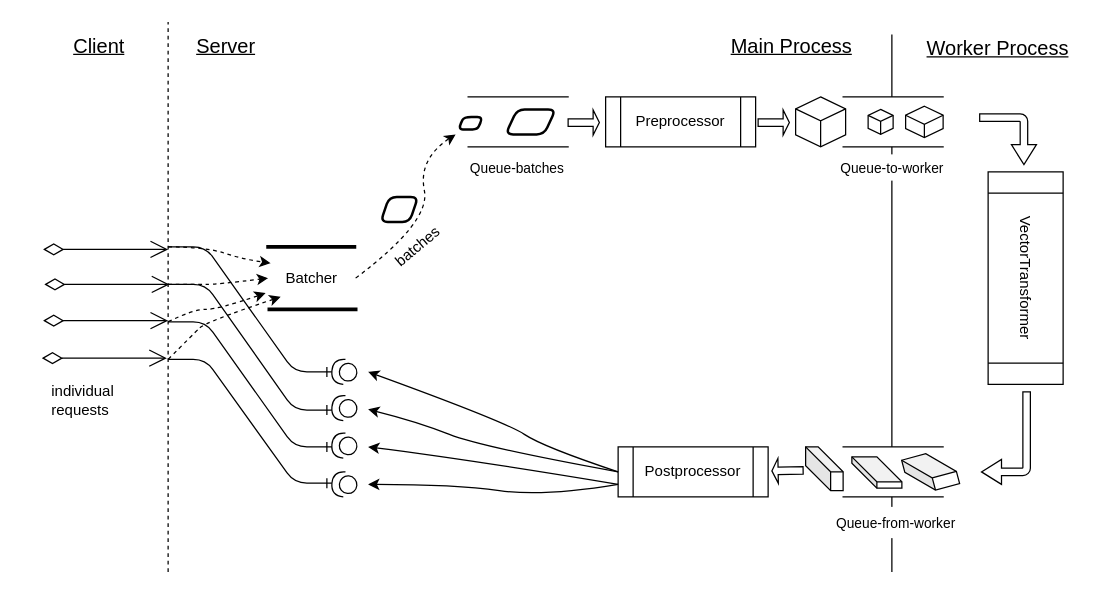
This is images/batched-service-1.drawio from zpz/zpz.github.io, a draw.io file, before an edit. Source tidied: cells renumbered, new cells numbered last; positions are measured from the earlier drawing's top-left corner, leaving out a move shared by most shapes. Both pictures are drawn from the tidied source at 125%, with x=0, y=0 at pixel (41, 21).
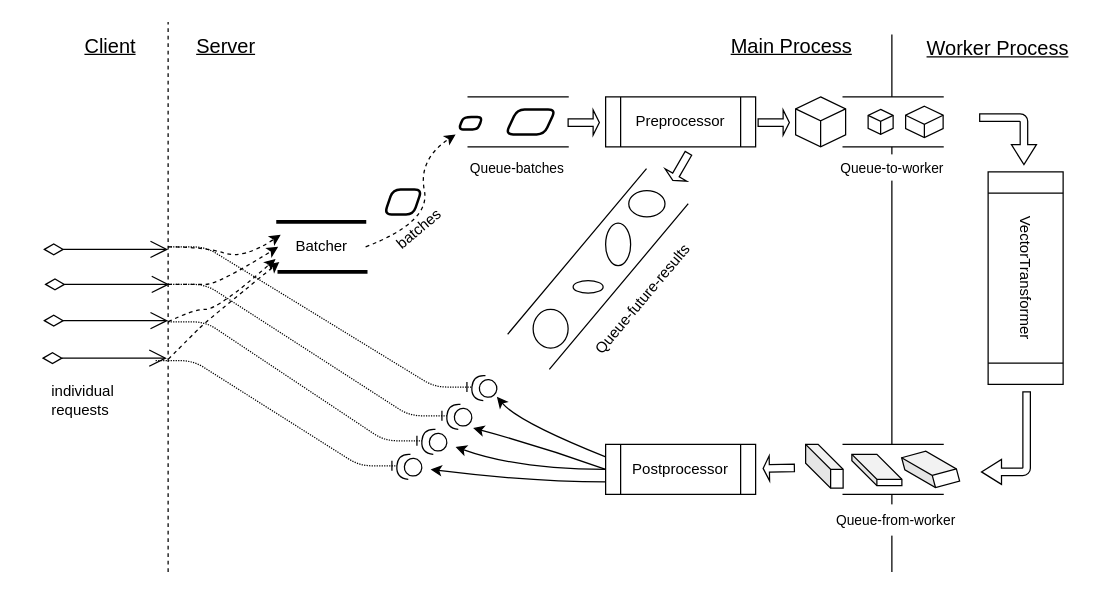
The same diagram, later.

Commit message (it also covers changes not shown here):
post batched-service

Change to the diagram source:
```diff
@@
     <mxCell id="4" value="Batcher" style="shape=partialRectangle;whiteSpace=wrap;html=1;left=0;right=0;fillColor=none;dashed=1;strokeWidth=3;dashPattern=1 1;" parent="1" vertex="1">
-      <mxGeometry x="181" y="180" width="70" height="50" as="geometry" />
+      <mxGeometry x="189" y="160" width="70" height="40" as="geometry" />
     </mxCell>
@@
     <mxCell id="6" style="shape=partialRectangle;whiteSpace=wrap;html=1;left=0;right=0;" parent="1" vertex="1">
-      <mxGeometry x="641" y="340" width="80" height="40" as="geometry" />
+      <mxGeometry x="641" y="338" width="80" height="40" as="geometry" />
     </mxCell>
@@
     <mxCell id="9" style="shape=parallelogram;html=1;strokeWidth=2;perimeter=parallelogramPerimeter;whiteSpace=wrap;rounded=1;arcSize=12;size=0.23;" parent="1" vertex="1">
-      <mxGeometry x="271" y="140" width="30" height="20" as="geometry" />
+      <mxGeometry x="274" y="134" width="30" height="20" as="geometry" />
     </mxCell>
@@
-    <mxCell id="24" style="curved=1;endArrow=classic;html=1;dashed=1;entryX=0.143;entryY=0.8;entryDx=0;entryDy=0;entryPerimeter=0;" parent="1" edge="1" target="4">
+    <mxCell id="24" style="curved=1;endArrow=classic;html=1;dashed=1;entryX=0.014;entryY=0.8;entryDx=0;entryDy=0;entryPerimeter=0;" parent="1" edge="1" target="4">
       <mxGeometry relative="1" as="geometry">
         <mxPoint x="101" y="270" as="sourcePoint" />
         <Array as="points">
           <mxPoint x="121" y="250" />
           <mxPoint x="131" y="240" />
         </Array>
       </mxGeometry>
     </mxCell>
@@
     <mxCell id="26" value="batches" style="text;html=1;strokeColor=none;fillColor=none;align=center;verticalAlign=middle;whiteSpace=wrap;rounded=0;dashed=1;dashPattern=1 1;rotation=-40;" parent="1" vertex="1">
-      <mxGeometry x="281" y="170" width="40" height="20" as="geometry" />
+      <mxGeometry x="282" y="156" width="40" height="20" as="geometry" />
     </mxCell>
@@
     <mxCell id="29" value="&lt;div&gt;Postprocessor&lt;/div&gt;" style="shape=process;whiteSpace=wrap;html=1;backgroundOutline=1;" parent="1" vertex="1">
-      <mxGeometry x="461" y="340" width="120" height="40" as="geometry" />
+      <mxGeometry x="451" y="338" width="120" height="40" as="geometry" />
     </mxCell>
     <mxCell id="30" style="shape=cube;whiteSpace=wrap;html=1;boundedLbl=1;backgroundOutline=1;darkOpacity=0.05;darkOpacity2=0.1;strokeWidth=1;align=left;" parent="1" vertex="1">
-      <mxGeometry x="648" y="348" width="40" height="25" as="geometry" />
+      <mxGeometry x="648" y="346" width="40" height="25" as="geometry" />
     </mxCell>
     <mxCell id="31" style="shape=cube;whiteSpace=wrap;html=1;boundedLbl=1;backgroundOutline=1;darkOpacity=0.05;darkOpacity2=0.1;strokeWidth=1;align=left;rotation=-15;" parent="1" vertex="1">
-      <mxGeometry x="691" y="345" width="40" height="30" as="geometry" />
+      <mxGeometry x="691" y="343" width="40" height="30" as="geometry" />
     </mxCell>
     <mxCell id="32" style="shape=cube;whiteSpace=wrap;html=1;boundedLbl=1;backgroundOutline=1;darkOpacity=0.05;darkOpacity2=0.1;strokeWidth=1;align=left;" parent="1" vertex="1">
-      <mxGeometry x="611" y="340" width="30" height="35" as="geometry" />
+      <mxGeometry x="611" y="338" width="30" height="35" as="geometry" />
     </mxCell>
     <mxCell id="33" style="shape=singleArrow;whiteSpace=wrap;html=1;strokeWidth=1;align=left;rotation=-181;" parent="1" vertex="1">
-      <mxGeometry x="584" y="349" width="25" height="20" as="geometry" />
+      <mxGeometry x="577" y="347" width="25" height="20" as="geometry" />
     </mxCell>
@@
     <mxCell id="36" style="shape=providedRequiredInterface;html=1;verticalLabelPosition=bottom;strokeWidth=1;fontSize=16;align=left;rotation=-175;" parent="1" vertex="1">
-      <mxGeometry x="232" y="270" width="20" height="20" as="geometry" />
+      <mxGeometry x="344" y="283" width="20" height="20" as="geometry" />
     </mxCell>
     <mxCell id="37" style="shape=providedRequiredInterface;html=1;verticalLabelPosition=bottom;strokeWidth=1;fontSize=16;align=left;rotation=-175;" parent="1" vertex="1">
-      <mxGeometry x="232" y="299" width="20" height="20" as="geometry" />
+      <mxGeometry x="324" y="306" width="20" height="20" as="geometry" />
     </mxCell>
     <mxCell id="38" style="shape=providedRequiredInterface;html=1;verticalLabelPosition=bottom;strokeWidth=1;fontSize=16;align=left;rotation=-175;" parent="1" vertex="1">
-      <mxGeometry x="232" y="329" width="20" height="20" as="geometry" />
+      <mxGeometry x="304" y="326" width="20" height="20" as="geometry" />
     </mxCell>
     <mxCell id="39" style="shape=providedRequiredInterface;html=1;verticalLabelPosition=bottom;strokeWidth=1;fontSize=16;align=left;rotation=-175;" parent="1" vertex="1">
-      <mxGeometry x="232" y="360" width="20" height="20" as="geometry" />
+      <mxGeometry x="284" y="346" width="20" height="20" as="geometry" />
     </mxCell>
-    <mxCell id="40" style="edgeStyle=entityRelationEdgeStyle;fontSize=12;html=1;endArrow=ERone;endFill=1;" parent="1" edge="1">
+    <mxCell id="40" style="edgeStyle=entityRelationEdgeStyle;fontSize=12;html=1;endArrow=ERone;endFill=1;entryX=1;entryY=0.5;entryDx=0;entryDy=0;entryPerimeter=0;dashed=1;dashPattern=1 1;" parent="1" edge="1" target="36">
       <mxGeometry relative="1" as="geometry">
         <mxPoint x="101" y="180" as="sourcePoint" />
-        <mxPoint x="232" y="280" as="targetPoint" />
       </mxGeometry>
     </mxCell>
-    <mxCell id="41" style="edgeStyle=entityRelationEdgeStyle;fontSize=12;html=1;endArrow=ERone;endFill=1;" parent="1" edge="1">
+    <mxCell id="41" style="edgeStyle=entityRelationEdgeStyle;fontSize=12;html=1;endArrow=ERone;endFill=1;entryX=1;entryY=0.5;entryDx=0;entryDy=0;entryPerimeter=0;dashed=1;dashPattern=1 1;" parent="1" edge="1" target="37">
       <mxGeometry relative="1" as="geometry">
         <mxPoint x="101" y="210" as="sourcePoint" />
-        <mxPoint x="232" y="310.5" as="targetPoint" />
       </mxGeometry>
     </mxCell>
-    <mxCell id="42" style="edgeStyle=entityRelationEdgeStyle;fontSize=12;html=1;endArrow=ERone;endFill=1;" parent="1" edge="1">
+    <mxCell id="42" style="edgeStyle=entityRelationEdgeStyle;fontSize=12;html=1;endArrow=ERone;endFill=1;entryX=1;entryY=0.5;entryDx=0;entryDy=0;entryPerimeter=0;dashed=1;dashPattern=1 1;" parent="1" edge="1" target="38">
       <mxGeometry relative="1" as="geometry">
         <mxPoint x="101" y="240" as="sourcePoint" />
-        <mxPoint x="232" y="340" as="targetPoint" />
       </mxGeometry>
     </mxCell>
-    <mxCell id="43" style="edgeStyle=entityRelationEdgeStyle;fontSize=12;html=1;endArrow=ERone;endFill=1;" parent="1" edge="1">
+    <mxCell id="43" style="edgeStyle=entityRelationEdgeStyle;fontSize=12;html=1;endArrow=ERone;endFill=1;entryX=1;entryY=0.5;entryDx=0;entryDy=0;entryPerimeter=0;dashed=1;dashPattern=1 1;" parent="1" edge="1" target="39">
       <mxGeometry relative="1" as="geometry">
-        <mxPoint x="101" y="270" as="sourcePoint" />
-        <mxPoint x="232" y="369" as="targetPoint" />
+        <mxPoint x="91" y="271" as="sourcePoint" />
       </mxGeometry>
     </mxCell>
-    <mxCell id="44" style="curved=1;endArrow=classic;html=1;fontSize=16;exitX=0;exitY=0.5;exitDx=0;exitDy=0;" parent="1" edge="1" source="29">
-      <mxGeometry relative="1" as="geometry">
-        <mxPoint x="261" y="280" as="targetPoint" />
-        <Array as="points">
-          <mxPoint x="401" y="340" />
-          <mxPoint x="371" y="320" />
-        </Array>
-      </mxGeometry>
-    </mxCell>
-    <mxCell id="45" style="curved=1;endArrow=classic;html=1;fontSize=16;exitX=0;exitY=0.5;exitDx=0;exitDy=0;" parent="1" edge="1" source="29">
-      <mxGeometry relative="1" as="geometry">
-        <mxPoint x="261" y="310" as="targetPoint" />
-        <Array as="points">
-          <mxPoint x="351" y="340" />
-          <mxPoint x="301" y="320" />
-        </Array>
-      </mxGeometry>
-    </mxCell>
-    <mxCell id="46" style="curved=1;endArrow=classic;html=1;fontSize=16;" parent="1" edge="1">
-      <mxGeometry relative="1" as="geometry">
-        <mxPoint x="461" y="370" as="sourcePoint" />
-        <mxPoint x="261" y="340" as="targetPoint" />
-        <Array as="points">
-          <mxPoint x="341" y="350" />
-        </Array>
-      </mxGeometry>
-    </mxCell>
-    <mxCell id="47" style="curved=1;endArrow=classic;html=1;fontSize=16;exitX=0;exitY=0.75;exitDx=0;exitDy=0;" parent="1" edge="1" source="29">
-      <mxGeometry relative="1" as="geometry">
-        <mxPoint x="261" y="370" as="targetPoint" />
-        <Array as="points">
-          <mxPoint x="401" y="380" />
-          <mxPoint x="331" y="370" />
-        </Array>
-      </mxGeometry>
-    </mxCell>
@@
     <mxCell id="49" value="Client" style="text;html=1;strokeColor=none;fillColor=none;align=center;verticalAlign=middle;whiteSpace=wrap;rounded=0;fontSize=16;fontStyle=4;" parent="1" vertex="1">
-      <mxGeometry x="11" y="4" width="70" height="30" as="geometry" />
+      <mxGeometry x="20" y="4" width="70" height="30" as="geometry" />
     </mxCell>
@@
     <mxCell id="53" value="Queue-from-worker" style="text;html=1;strokeColor=none;fillColor=#ffffff;align=center;verticalAlign=middle;whiteSpace=wrap;rounded=0;fontSize=11;labelBackgroundColor=#ffffff;" parent="1" vertex="1">
-      <mxGeometry x="623.7" y="388" width="119.3" height="25" as="geometry" />
+      <mxGeometry x="623.7" y="386" width="119.3" height="25" as="geometry" />
     </mxCell>
@@
+    <mxCell id="55" style="shape=partialRectangle;whiteSpace=wrap;html=1;left=0;right=0;rotation=-230;" parent="1" vertex="1">
+      <mxGeometry x="358.9" y="175.9" width="171.9" height="43.6" as="geometry" />
+    </mxCell>
+    <mxCell id="56" style="shape=singleArrow;whiteSpace=wrap;html=1;strokeWidth=1;align=left;rotation=120;" parent="1" vertex="1">
+      <mxGeometry x="498.5" y="106" width="25" height="20" as="geometry" />
+    </mxCell>
+    <mxCell id="57" style="ellipse;whiteSpace=wrap;html=1;" parent="1" vertex="1">
+      <mxGeometry x="393" y="230" width="28" height="31" as="geometry" />
+    </mxCell>
+    <mxCell id="58" style="ellipse;whiteSpace=wrap;html=1;" parent="1" vertex="1">
+      <mxGeometry x="425" y="207" width="24" height="10" as="geometry" />
+    </mxCell>
+    <mxCell id="59" style="ellipse;whiteSpace=wrap;html=1;" parent="1" vertex="1">
+      <mxGeometry x="469.5" y="135" width="29" height="21" as="geometry" />
+    </mxCell>
+    <mxCell id="60" style="ellipse;whiteSpace=wrap;html=1;" parent="1" vertex="1">
+      <mxGeometry x="451" y="161" width="20" height="34" as="geometry" />
+    </mxCell>
+    <mxCell id="61" value="Queue-future-results" style="text;html=1;strokeColor=none;fillColor=none;align=center;verticalAlign=middle;whiteSpace=wrap;rounded=0;rotation=-50;" parent="1" vertex="1">
+      <mxGeometry x="411" y="207" width="140" height="30" as="geometry" />
+    </mxCell>
+    <mxCell id="62" style="curved=1;endArrow=classic;html=1;exitX=0;exitY=0.25;exitDx=0;exitDy=0;" parent="1" edge="1" source="29">
+      <mxGeometry relative="1" as="geometry">
+        <mxPoint x="364" y="300" as="targetPoint" />
+        <Array as="points">
+          <mxPoint x="381" y="320" />
+        </Array>
+      </mxGeometry>
+    </mxCell>
+    <mxCell id="63" style="curved=1;endArrow=classic;html=1;exitX=0;exitY=0.5;exitDx=0;exitDy=0;entryX=-0.087;entryY=0.1;entryDx=0;entryDy=0;entryPerimeter=0;" parent="1" edge="1" source="29" target="37">
+      <mxGeometry relative="1" as="geometry">
+        <Array as="points">
+          <mxPoint x="401" y="340" />
+        </Array>
+      </mxGeometry>
+    </mxCell>
+    <mxCell id="64" style="curved=1;endArrow=classic;html=1;exitX=0;exitY=0.5;exitDx=0;exitDy=0;" parent="1" edge="1" source="29">
+      <mxGeometry relative="1" as="geometry">
+        <mxPoint x="331" y="340" as="targetPoint" />
+        <Array as="points">
+          <mxPoint x="381" y="358" />
+        </Array>
+      </mxGeometry>
+    </mxCell>
+    <mxCell id="65" style="curved=1;endArrow=classic;html=1;exitX=0;exitY=0.75;exitDx=0;exitDy=0;" parent="1" edge="1" source="29">
+      <mxGeometry relative="1" as="geometry">
+        <mxPoint x="311" y="358" as="targetPoint" />
+        <Array as="points">
+          <mxPoint x="391" y="368" />
+        </Array>
+      </mxGeometry>
+    </mxCell>
```
